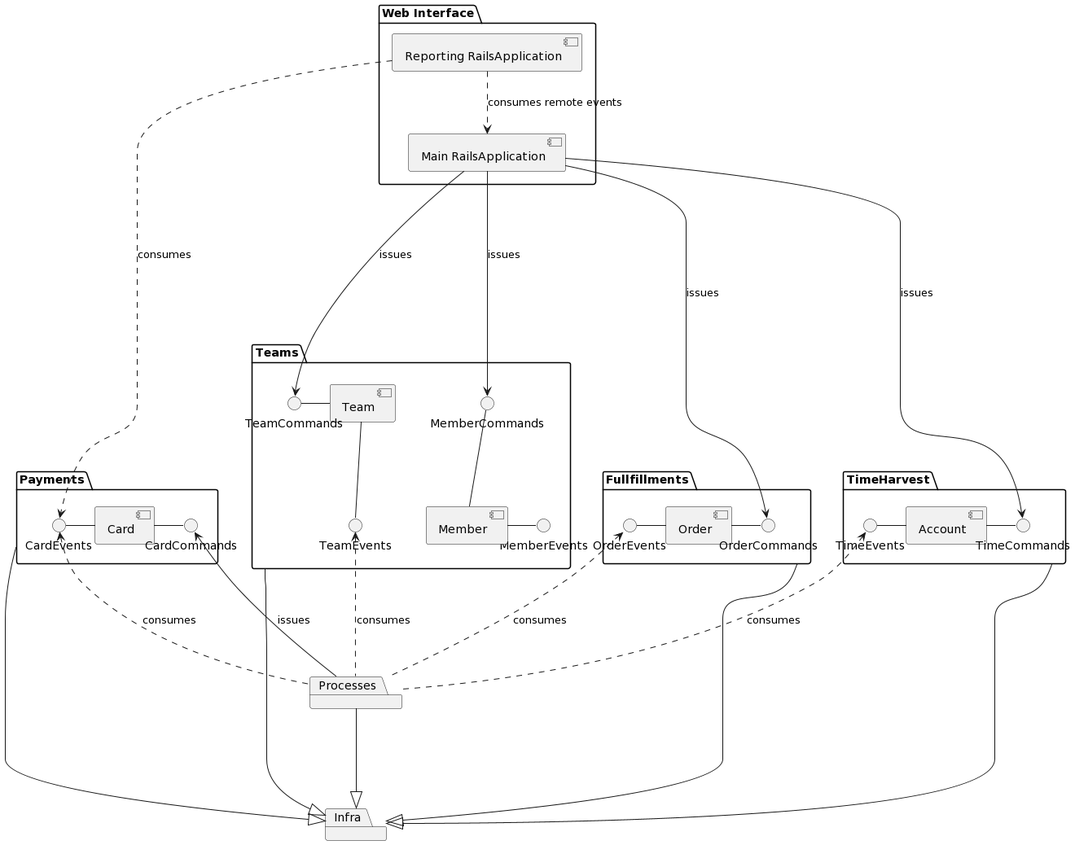
Earlier version of the PlantUML export diagrams/architecture.png (orbanbotond/DDD_FamilyMerit).
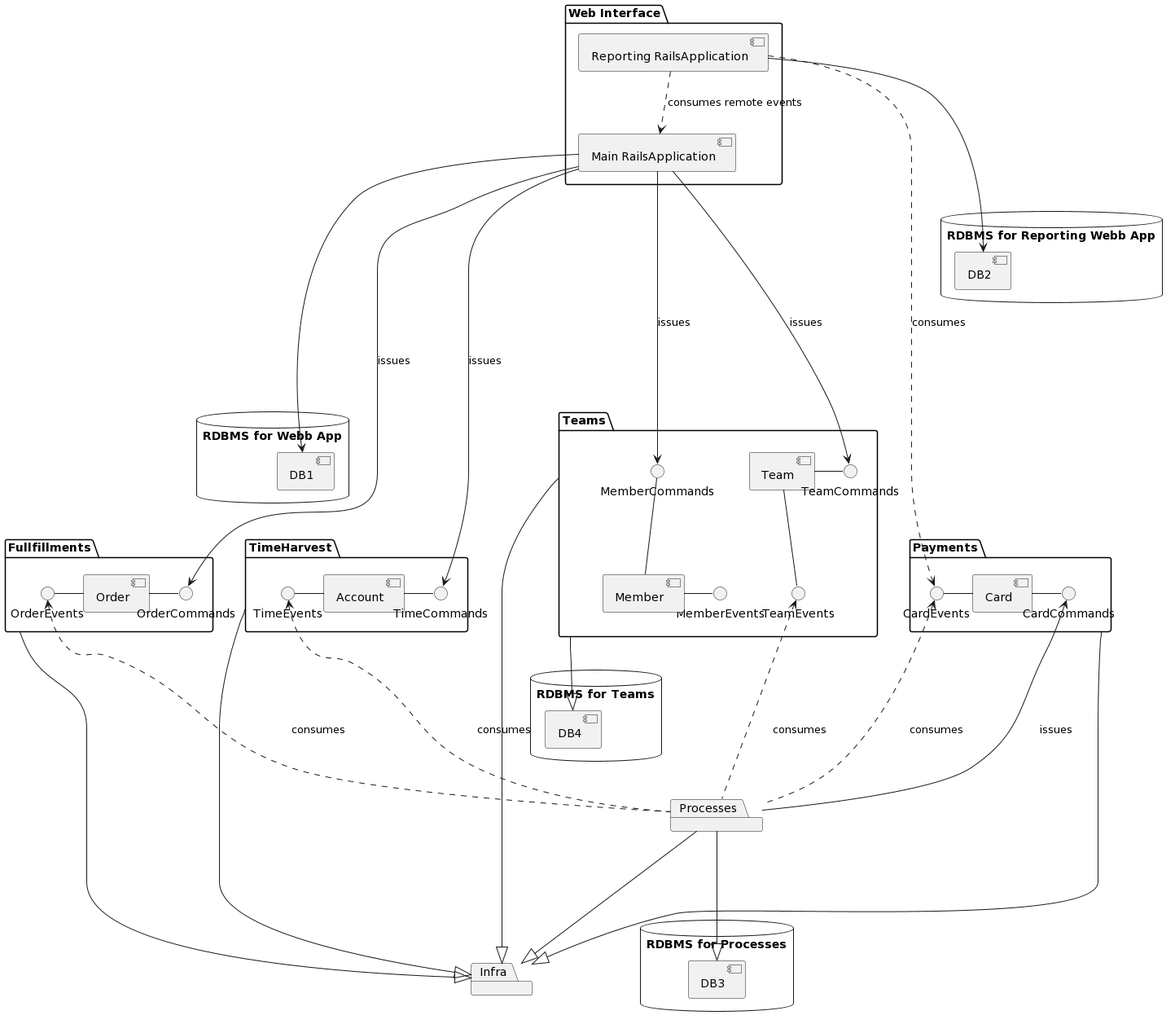
Later version of the same file.

Commit message:
Add databases to the componenet diagram.

The edit, as a diff of the source:
```diff
@@ -5,6 +5,23 @@
 package "Fullfillments" {
   [Order] - OrderCommands
   OrderEvents - [Order]
+}
+
+
+database "RDBMS for Webb App" {
+	[DB1]
+}
+
+database "RDBMS for Reporting Webb App" {
+	[DB2]
+}
+
+database "RDBMS for Processes" {
+	[DB3]
+}
+
+database "RDBMS for Teams" {
+	[DB4]
 }
 
 package "Payments" {
@@ -35,15 +52,19 @@
 Fullfillments ---|> Infra
 Payments ---|> Infra
 Processes ---|> Infra
+Processes ---|> DB3
 Teams ---|> Infra
+Teams ---|> DB4
 TimeHarvest ---|> Infra
 
 "Main RailsApplication" ----> TimeCommands : issues
 "Main RailsApplication" ----> TeamCommands : issues
 "Main RailsApplication" ----> MemberCommands : issues
 "Main RailsApplication" ----> OrderCommands : issues
+"Main RailsApplication" ----> DB1
 "Reporting RailsApplication" ..> "Main RailsApplication" :consumes remote events
 "Reporting RailsApplication" ...> CardEvents :consumes
+"Reporting RailsApplication" ---> DB2
 Processes ..up.> CardEvents :consumes
 Processes ..up.> OrderEvents :consumes
 Processes ..up.> TeamEvents :consumes
```
